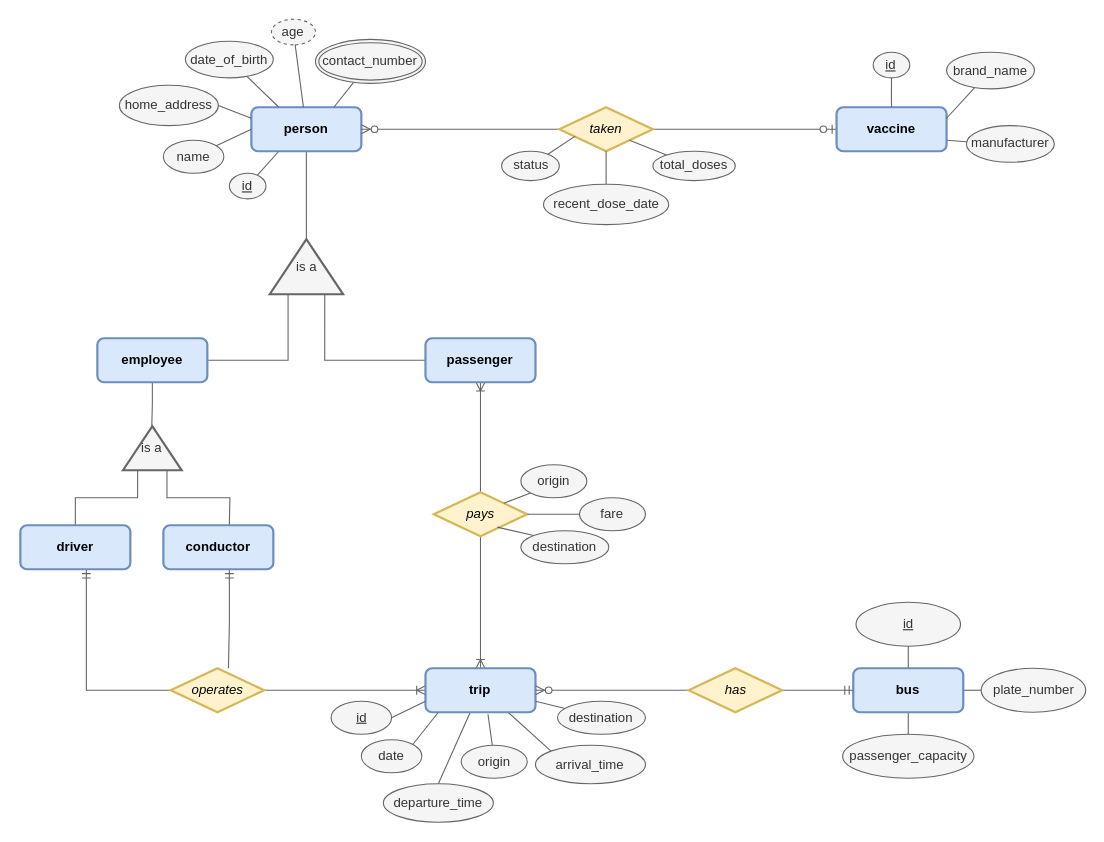
This is page "erd" (1 of 2) of docs/bus-passenger-tracker-db-erd.drawio from yourstrulyhb/bus-passenger-tracker-database, a draw.io file, before an edit. Source tidied: cells renumbered, new cells numbered last; positions are measured from the earlier drawing's top-left corner, leaving out a move shared by most shapes. Both pictures are drawn from the tidied source at 110%, with x=0, y=0 at pixel (20, 19).
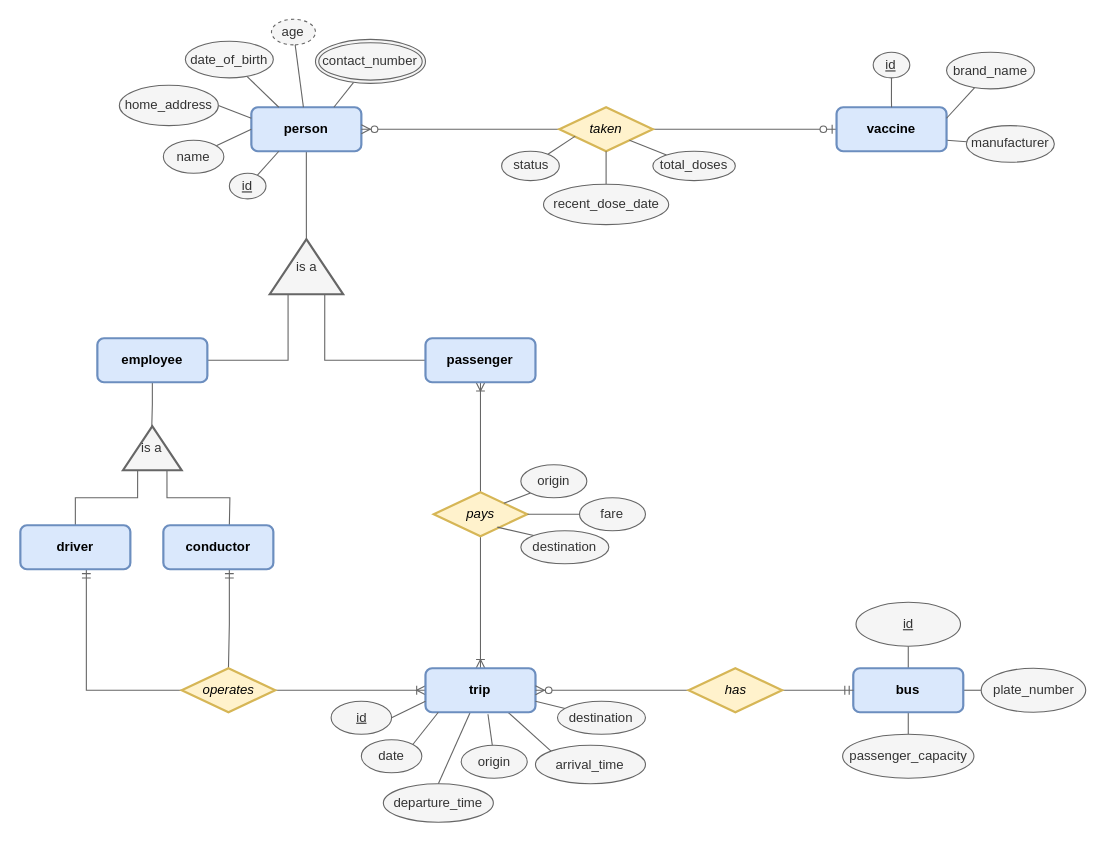
Above is the later version.

The edit, as a diff of the source:
```diff
@@
-    <mxCell id="44" style="edgeStyle=orthogonalEdgeStyle;rounded=0;orthogonalLoop=1;jettySize=auto;html=1;entryX=0.5;entryY=0;entryDx=0;entryDy=0;startArrow=ERmandOne;startFill=0;endArrow=none;endFill=0;fillColor=#f5f5f5;strokeColor=#666666;" parent="1" edge="1">
+    <mxCell id="44" style="edgeStyle=orthogonalEdgeStyle;rounded=0;jettySize=auto;html=1;entryX=0.5;entryY=0;entryDx=0;entryDy=0;startArrow=ERmandOne;startFill=0;endArrow=none;endFill=0;fillColor=#f5f5f5;strokeColor=#666666;" parent="1" edge="1" target="47">
       <mxGeometry relative="1" as="geometry">
         <mxPoint x="190" y="500" as="sourcePoint" />
-        <mxPoint x="189.2" y="590" as="targetPoint" />
         <Array as="points">
           <mxPoint x="190" y="550" />
           <mxPoint x="189" y="550" />
+          <mxPoint x="189" y="590" />
         </Array>
       </mxGeometry>
     </mxCell>
@@
     <mxCell id="47" value="&lt;i&gt;operates&lt;/i&gt;" style="shape=rhombus;perimeter=rhombusPerimeter;whiteSpace=wrap;html=1;align=center;strokeColor=#d6b656;strokeWidth=2;fillColor=#fff2cc;" parent="1" vertex="1">
-      <mxGeometry x="136.7" y="590" width="85" height="40" as="geometry" />
+      <mxGeometry x="146.7" y="590" width="85" height="40" as="geometry" />
     </mxCell>
```
